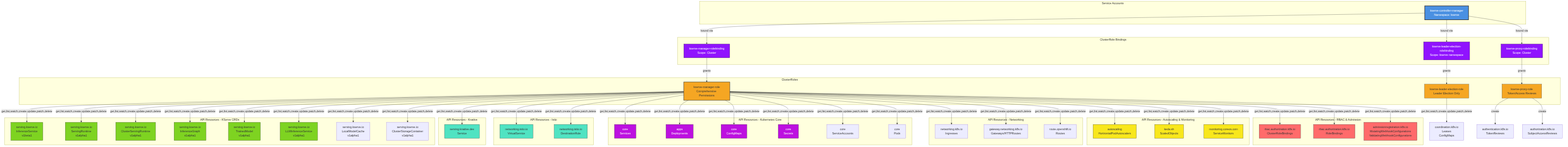
The Mermaid diagram architecture/rhoai-3.0/diagrams/kserve-rbac.png in rhuss/architecture-context, before a commit. Its source is kept beside it as architecture/rhoai-3.0/diagrams/kserve-rbac.mmd. Its diagram source:
```mermaid
graph TD
    subgraph "Service Accounts"
        SA_Manager[kserve-controller-manager<br/>Namespace: kserve]
    end

    subgraph "ClusterRole Bindings"
        CRB_Manager[kserve-manager-rolebinding<br/>Scope: Cluster]
        CRB_Leader[kserve-leader-election-rolebinding<br/>Scope: kserve namespace]
        CRB_Proxy[kserve-proxy-rolebinding<br/>Scope: Cluster]
    end

    subgraph "ClusterRoles"
        CR_Manager[kserve-manager-role<br/>Comprehensive Permissions]
        CR_Leader[kserve-leader-election-role<br/>Leader Election Only]
        CR_Proxy[kserve-proxy-role<br/>Token/Access Reviews]
    end

    subgraph "API Resources - KServe CRDs"
        direction TB
        CRD_InferenceService[serving.kserve.io<br/>InferenceService<br/>v1beta1]
        CRD_ServingRuntime[serving.kserve.io<br/>ServingRuntime<br/>v1alpha1]
        CRD_ClusterServingRuntime[serving.kserve.io<br/>ClusterServingRuntime<br/>v1alpha1]
        CRD_InferenceGraph[serving.kserve.io<br/>InferenceGraph<br/>v1alpha1]
        CRD_TrainedModel[serving.kserve.io<br/>TrainedModel<br/>v1alpha1]
        CRD_LLMInferenceService[serving.kserve.io<br/>LLMInferenceService<br/>v1alpha1]
        CRD_LocalModelCache[serving.kserve.io<br/>LocalModelCache<br/>v1alpha1]
        CRD_ClusterStorageContainer[serving.kserve.io<br/>ClusterStorageContainer<br/>v1alpha1]
    end

    subgraph "API Resources - Knative"
        CRD_KnativeService[serving.knative.dev<br/>Service]
    end

    subgraph "API Resources - Istio"
        CRD_VirtualService[networking.istio.io<br/>VirtualService]
        CRD_DestinationRule[networking.istio.io<br/>DestinationRule]
    end

    subgraph "API Resources - Kubernetes Core"
        Core_Services[core<br/>Services]
        Core_Deployments[apps<br/>Deployments]
        Core_ConfigMaps[core<br/>ConfigMaps]
        Core_Secrets[core<br/>Secrets]
        Core_ServiceAccounts[core<br/>ServiceAccounts]
        Core_Pods[core<br/>Pods]
    end

    subgraph "API Resources - Networking"
        Net_Ingresses[networking.k8s.io<br/>Ingresses]
        Net_Gateway[gateway.networking.k8s.io<br/>Gateways/HTTPRoutes]
        Net_Routes[route.openshift.io<br/>Routes]
    end

    subgraph "API Resources - Autoscaling & Monitoring"
        Autoscale_HPA[autoscaling<br/>HorizontalPodAutoscalers]
        KEDA_ScaledObject[keda.sh<br/>ScaledObjects]
        Monitor_ServiceMonitor[monitoring.coreos.com<br/>ServiceMonitors]
    end

    subgraph "API Resources - RBAC & Admission"
        RBAC_ClusterRoleBinding[rbac.authorization.k8s.io<br/>ClusterRoleBindings]
        RBAC_RoleBinding[rbac.authorization.k8s.io<br/>RoleBindings]
        Admission_Webhook[admissionregistration.k8s.io<br/>MutatingWebhookConfigurations<br/>ValidatingWebhookConfigurations]
    end

    SA_Manager -->|bound via| CRB_Manager
    SA_Manager -->|bound via| CRB_Leader
    SA_Manager -->|bound via| CRB_Proxy

    CRB_Manager -->|grants| CR_Manager
    CRB_Leader -->|grants| CR_Leader
    CRB_Proxy -->|grants| CR_Proxy

    CR_Manager -->|get,list,watch,create,update,patch,delete| CRD_InferenceService
    CR_Manager -->|get,list,watch,create,update,patch,delete| CRD_ServingRuntime
    CR_Manager -->|get,list,watch,create,update,patch,delete| CRD_ClusterServingRuntime
    CR_Manager -->|get,list,watch,create,update,patch,delete| CRD_InferenceGraph
    CR_Manager -->|get,list,watch,create,update,patch,delete| CRD_TrainedModel
    CR_Manager -->|get,list,watch,create,update,patch,delete| CRD_LLMInferenceService
    CR_Manager -->|get,list,watch,create,update,patch,delete| CRD_LocalModelCache
    CR_Manager -->|get,list,watch,create,update,patch,delete| CRD_ClusterStorageContainer

    CR_Manager -->|get,list,watch,create,update,patch,delete| CRD_KnativeService

    CR_Manager -->|get,list,watch,create,update,patch,delete| CRD_VirtualService
    CR_Manager -->|get,list,watch,create,update,patch,delete| CRD_DestinationRule

    CR_Manager -->|get,list,watch,create,update,patch,delete| Core_Services
    CR_Manager -->|get,list,watch,create,update,patch,delete| Core_Deployments
    CR_Manager -->|get,list,watch,create,update,patch,delete| Core_ConfigMaps
    CR_Manager -->|get,list,watch,create,update,patch,delete| Core_Secrets
    CR_Manager -->|get,list,watch,create,update,patch,delete| Core_ServiceAccounts
    CR_Manager -->|get,list,watch,create,update,patch,delete| Core_Pods

    CR_Manager -->|get,list,watch,create,update,patch,delete| Net_Ingresses
    CR_Manager -->|get,list,watch,create,update,patch,delete| Net_Gateway
    CR_Manager -->|get,list,watch,create,update,patch,delete| Net_Routes

    CR_Manager -->|get,list,watch,create,update,patch,delete| Autoscale_HPA
    CR_Manager -->|get,list,watch,create,update,patch,delete| KEDA_ScaledObject
    CR_Manager -->|get,list,watch,create,update,patch,delete| Monitor_ServiceMonitor

    CR_Manager -->|get,list,watch,create,update,patch,delete| RBAC_ClusterRoleBinding
    CR_Manager -->|get,list,watch,create,update,patch,delete| RBAC_RoleBinding
    CR_Manager -->|get,list,watch,create,update,patch,delete| Admission_Webhook

    CR_Leader -->|get,list,watch,create,update,patch,delete| LeaderElection[coordination.k8s.io<br/>Leases<br/>ConfigMaps]

    CR_Proxy -->|create| TokenReview[authentication.k8s.io<br/>TokenReviews]
    CR_Proxy -->|create| SubjectAccessReview[authorization.k8s.io<br/>SubjectAccessReviews]

    style SA_Manager fill:#4a90e2,stroke:#333,stroke-width:3px,color:#fff
    style CR_Manager fill:#f5a623,stroke:#333,stroke-width:2px
    style CR_Leader fill:#f5a623,stroke:#333
    style CR_Proxy fill:#f5a623,stroke:#333
    style CRB_Manager fill:#9013fe,stroke:#333,color:#fff
    style CRB_Leader fill:#9013fe,stroke:#333,color:#fff
    style CRB_Proxy fill:#9013fe,stroke:#333,color:#fff

    style CRD_InferenceService fill:#7ed321,stroke:#333
    style CRD_ServingRuntime fill:#7ed321,stroke:#333
    style CRD_ClusterServingRuntime fill:#7ed321,stroke:#333
    style CRD_InferenceGraph fill:#7ed321,stroke:#333
    style CRD_LLMInferenceService fill:#7ed321,stroke:#333
    style CRD_TrainedModel fill:#7ed321,stroke:#333

    style CRD_KnativeService fill:#50e3c2,stroke:#333
    style CRD_VirtualService fill:#50e3c2,stroke:#333
    style CRD_DestinationRule fill:#50e3c2,stroke:#333

    style Core_Services fill:#bd10e0,stroke:#333,color:#fff
    style Core_Deployments fill:#bd10e0,stroke:#333,color:#fff
    style Core_ConfigMaps fill:#bd10e0,stroke:#333,color:#fff
    style Core_Secrets fill:#bd10e0,stroke:#333,color:#fff

    style Autoscale_HPA fill:#f8e71c,stroke:#333
    style KEDA_ScaledObject fill:#f8e71c,stroke:#333
    style Monitor_ServiceMonitor fill:#f8e71c,stroke:#333

    style RBAC_ClusterRoleBinding fill:#ff6b6b,stroke:#333
    style RBAC_RoleBinding fill:#ff6b6b,stroke:#333
    style Admission_Webhook fill:#ff6b6b,stroke:#333
```
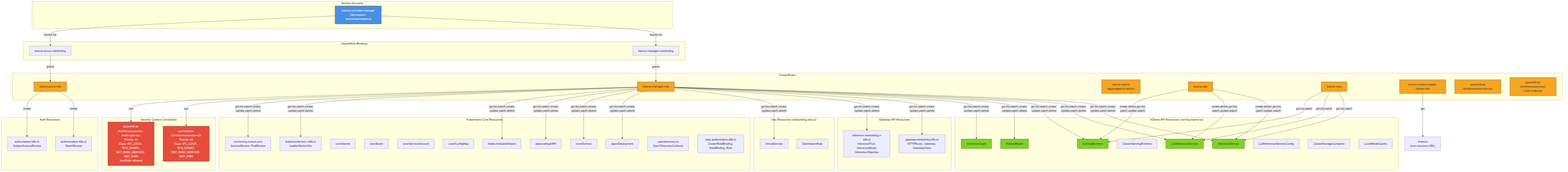
The same file after the commit.

The edit, as a diff of the source:
```diff
@@ -1,142 +1,120 @@
+
 graph TD
-    subgraph "Service Accounts"
-        SA_Manager[kserve-controller-manager<br/>Namespace: kserve]
+    subgraph ServiceAccounts["Service Accounts"]
+        SA_Controller["kserve-controller-manager<br/>Namespace: kserve/opendatahub"]
     end
 
-    subgraph "ClusterRole Bindings"
-        CRB_Manager[kserve-manager-rolebinding<br/>Scope: Cluster]
-        CRB_Leader[kserve-leader-election-rolebinding<br/>Scope: kserve namespace]
-        CRB_Proxy[kserve-proxy-rolebinding<br/>Scope: Cluster]
+    subgraph ClusterRoleBindings["ClusterRole Bindings"]
+        CRB_Manager["kserve-manager-rolebinding"]
+        CRB_Proxy["kserve-proxy-rolebinding"]
     end
 
-    subgraph "ClusterRoles"
-        CR_Manager[kserve-manager-role<br/>Comprehensive Permissions]
-        CR_Leader[kserve-leader-election-role<br/>Leader Election Only]
-        CR_Proxy[kserve-proxy-role<br/>Token/Access Reviews]
+    subgraph ClusterRoles["ClusterRoles"]
+        CR_Manager["kserve-manager-role"]
+        CR_Proxy["kserve-proxy-role"]
+        CR_Admin["kserve-admin<br/>(aggregated to admin)"]
+        CR_Edit["kserve-edit"]
+        CR_View["kserve-view"]
+        CR_Metrics["kserve-metrics-reader-cluster-role"]
+        CR_SCC["openshift-ai-llminferenceservice-scc"]
+        CR_SCC_MN["openshift-ai-llminferenceservice-<br/>multi-node-scc"]
     end
 
-    subgraph "API Resources - KServe CRDs"
-        direction TB
-        CRD_InferenceService[serving.kserve.io<br/>InferenceService<br/>v1beta1]
-        CRD_ServingRuntime[serving.kserve.io<br/>ServingRuntime<br/>v1alpha1]
-        CRD_ClusterServingRuntime[serving.kserve.io<br/>ClusterServingRuntime<br/>v1alpha1]
-        CRD_InferenceGraph[serving.kserve.io<br/>InferenceGraph<br/>v1alpha1]
-        CRD_TrainedModel[serving.kserve.io<br/>TrainedModel<br/>v1alpha1]
-        CRD_LLMInferenceService[serving.kserve.io<br/>LLMInferenceService<br/>v1alpha1]
-        CRD_LocalModelCache[serving.kserve.io<br/>LocalModelCache<br/>v1alpha1]
-        CRD_ClusterStorageContainer[serving.kserve.io<br/>ClusterStorageContainer<br/>v1alpha1]
+    subgraph KServeResources["KServe API Resources (serving.kserve.io)"]
+        ISVC["InferenceService"]
+        LLMISVC["LLMInferenceService"]
+        SR["ServingRuntime"]
+        CSR["ClusterServingRuntime"]
+        TM["TrainedModel"]
+        IG["InferenceGraph"]
+        LLMISVC_Config["LLMInferenceServiceConfig"]
+        CSC["ClusterStorageContainer"]
+        LMC["LocalModelCache"]
     end
 
-    subgraph "API Resources - Knative"
-        CRD_KnativeService[serving.knative.dev<br/>Service]
+    subgraph GatewayResources["Gateway API Resources"]
+        HTTPRoutes["gateway.networking.k8s.io<br/>HTTPRoute, Gateway, GatewayClass"]
+        InfPoolModel["inference.networking.x-k8s.io<br/>InferencePool, InferenceModel,<br/>InferenceObjective"]
     end
 
-    subgraph "API Resources - Istio"
-        CRD_VirtualService[networking.istio.io<br/>VirtualService]
-        CRD_DestinationRule[networking.istio.io<br/>DestinationRule]
+    subgraph IstioResources["Istio Resources (networking.istio.io)"]
+        VSvc["VirtualService"]
+        DR["DestinationRule"]
     end
 
-    subgraph "API Resources - Kubernetes Core"
-        Core_Services[core<br/>Services]
-        Core_Deployments[apps<br/>Deployments]
-        Core_ConfigMaps[core<br/>ConfigMaps]
-        Core_Secrets[core<br/>Secrets]
-        Core_ServiceAccounts[core<br/>ServiceAccounts]
-        Core_Pods[core<br/>Pods]
+    subgraph K8sResources["Kubernetes Core Resources"]
+        Deploy["apps/Deployment"]
+        Svc["core/Service"]
+        Secret["core/Secret"]
+        Event["core/Event"]
+        SvcAcct["core/ServiceAccount"]
+        CM["core/ConfigMap"]
+        HPA["autoscaling/HPA"]
+        ScaledObj["keda.sh/ScaledObject"]
+        LWSRes["leaderworkerset.x-k8s.io<br/>LeaderWorkerSet"]
+        SvcMon["monitoring.coreos.com<br/>ServiceMonitor, PodMonitor"]
+        OTelColl["opentelemetry.io<br/>OpenTelemetryCollector"]
+        RBACRes["rbac.authorization.k8s.io<br/>ClusterRoleBinding, RoleBinding, Role"]
     end
 
-    subgraph "API Resources - Networking"
-        Net_Ingresses[networking.k8s.io<br/>Ingresses]
-        Net_Gateway[gateway.networking.k8s.io<br/>Gateways/HTTPRoutes]
-        Net_Routes[route.openshift.io<br/>Routes]
+    subgraph AuthResources["Auth Resources"]
+        TokenReview["authentication.k8s.io<br/>TokenReview"]
+        SAR["authorization.k8s.io<br/>SubjectAccessReview"]
     end
 
-    subgraph "API Resources - Autoscaling & Monitoring"
-        Autoscale_HPA[autoscaling<br/>HorizontalPodAutoscalers]
-        KEDA_ScaledObject[keda.sh<br/>ScaledObjects]
-        Monitor_ServiceMonitor[monitoring.coreos.com<br/>ServiceMonitors]
+    subgraph SCCs["Security Context Constraints"]
+        SCC1["openshift-ai-llminferenceservice-scc<br/>Priority: 10<br/>Caps: IPC_LOCK, SYS_RAWIO,<br/>NET_BIND_SERVICE, NET_RAW"]
+        SCC2["openshift-ai-llminferenceservice-<br/>multi-node-scc<br/>Priority: 11<br/>Caps: IPC_LOCK, SYS_RAWIO,<br/>NET_BIND_SERVICE, NET_RAW<br/>hostPath: allowed"]
     end
 
-    subgraph "API Resources - RBAC & Admission"
-        RBAC_ClusterRoleBinding[rbac.authorization.k8s.io<br/>ClusterRoleBindings]
-        RBAC_RoleBinding[rbac.authorization.k8s.io<br/>RoleBindings]
-        Admission_Webhook[admissionregistration.k8s.io<br/>MutatingWebhookConfigurations<br/>ValidatingWebhookConfigurations]
-    end
-
-    SA_Manager -->|bound via| CRB_Manager
-    SA_Manager -->|bound via| CRB_Leader
-    SA_Manager -->|bound via| CRB_Proxy
+    SA_Controller -->|bound via| CRB_Manager
+    SA_Controller -->|bound via| CRB_Proxy
 
     CRB_Manager -->|grants| CR_Manager
-    CRB_Leader -->|grants| CR_Leader
     CRB_Proxy -->|grants| CR_Proxy
 
-    CR_Manager -->|get,list,watch,create,update,patch,delete| CRD_InferenceService
-    CR_Manager -->|get,list,watch,create,update,patch,delete| CRD_ServingRuntime
-    CR_Manager -->|get,list,watch,create,update,patch,delete| CRD_ClusterServingRuntime
-    CR_Manager -->|get,list,watch,create,update,patch,delete| CRD_InferenceGraph
-    CR_Manager -->|get,list,watch,create,update,patch,delete| CRD_TrainedModel
-    CR_Manager -->|get,list,watch,create,update,patch,delete| CRD_LLMInferenceService
-    CR_Manager -->|get,list,watch,create,update,patch,delete| CRD_LocalModelCache
-    CR_Manager -->|get,list,watch,create,update,patch,delete| CRD_ClusterStorageContainer
+    CR_Manager -->|"get,list,watch,create,<br/>update,patch,delete"| ISVC
+    CR_Manager -->|"get,list,watch,create,<br/>update,patch,delete"| LLMISVC
+    CR_Manager -->|"get,list,watch,create,<br/>update,patch,delete"| SR
+    CR_Manager -->|"get,list,watch,create,<br/>update,patch,delete"| TM
+    CR_Manager -->|"get,list,watch,create,<br/>update,patch,delete"| IG
+    CR_Manager -->|"get,list,watch,create,<br/>update,patch,delete"| HTTPRoutes
+    CR_Manager -->|"get,list,watch,create,<br/>update,patch,delete"| InfPoolModel
+    CR_Manager -->|"get,list,watch,create,<br/>update,patch,delete"| VSvc
+    CR_Manager -->|"get,list,watch,create,<br/>update,patch,delete"| Deploy
+    CR_Manager -->|"get,list,watch,create,<br/>update,patch,delete"| Svc
+    CR_Manager -->|"get,list,watch,create,<br/>update,patch,delete"| HPA
+    CR_Manager -->|"get,list,watch,create,<br/>update,patch,delete"| ScaledObj
+    CR_Manager -->|"get,list,watch,create,<br/>update,patch,delete"| LWSRes
+    CR_Manager -->|"get,list,watch,create,<br/>update,patch,delete"| SvcMon
+    CR_Manager -->|"use"| SCC1
+    CR_Manager -->|"use"| SCC2
 
-    CR_Manager -->|get,list,watch,create,update,patch,delete| CRD_KnativeService
+    CR_Proxy -->|create| TokenReview
+    CR_Proxy -->|create| SAR
 
-    CR_Manager -->|get,list,watch,create,update,patch,delete| CRD_VirtualService
-    CR_Manager -->|get,list,watch,create,update,patch,delete| CRD_DestinationRule
+    CR_Edit -->|"create,delete,get,list,<br/>patch,update,watch"| ISVC
+    CR_Edit -->|"create,delete,get,list,<br/>patch,update,watch"| LLMISVC
+    CR_Edit -->|"create,delete,get,list,<br/>patch,update,watch"| SR
+    CR_View -->|"get,list,watch"| ISVC
+    CR_View -->|"get,list,watch"| LLMISVC
+    CR_View -->|"get,list,watch"| SR
 
-    CR_Manager -->|get,list,watch,create,update,patch,delete| Core_Services
-    CR_Manager -->|get,list,watch,create,update,patch,delete| Core_Deployments
-    CR_Manager -->|get,list,watch,create,update,patch,delete| Core_ConfigMaps
-    CR_Manager -->|get,list,watch,create,update,patch,delete| Core_Secrets
-    CR_Manager -->|get,list,watch,create,update,patch,delete| Core_ServiceAccounts
-    CR_Manager -->|get,list,watch,create,update,patch,delete| Core_Pods
+    CR_Metrics -->|"get"| MetricsEndpoint["/metrics<br/>(non-resource URL)"]
 
-    CR_Manager -->|get,list,watch,create,update,patch,delete| Net_Ingresses
-    CR_Manager -->|get,list,watch,create,update,patch,delete| Net_Gateway
-    CR_Manager -->|get,list,watch,create,update,patch,delete| Net_Routes
-
-    CR_Manager -->|get,list,watch,create,update,patch,delete| Autoscale_HPA
-    CR_Manager -->|get,list,watch,create,update,patch,delete| KEDA_ScaledObject
-    CR_Manager -->|get,list,watch,create,update,patch,delete| Monitor_ServiceMonitor
-
-    CR_Manager -->|get,list,watch,create,update,patch,delete| RBAC_ClusterRoleBinding
-    CR_Manager -->|get,list,watch,create,update,patch,delete| RBAC_RoleBinding
-    CR_Manager -->|get,list,watch,create,update,patch,delete| Admission_Webhook
-
-    CR_Leader -->|get,list,watch,create,update,patch,delete| LeaderElection[coordination.k8s.io<br/>Leases<br/>ConfigMaps]
-
-    CR_Proxy -->|create| TokenReview[authentication.k8s.io<br/>TokenReviews]
-    CR_Proxy -->|create| SubjectAccessReview[authorization.k8s.io<br/>SubjectAccessReviews]
-
-    style SA_Manager fill:#4a90e2,stroke:#333,stroke-width:3px,color:#fff
-    style CR_Manager fill:#f5a623,stroke:#333,stroke-width:2px
-    style CR_Leader fill:#f5a623,stroke:#333
+    style SA_Controller fill:#4a90e2,stroke:#333,color:#fff
+    style CR_Manager fill:#f5a623,stroke:#333
     style CR_Proxy fill:#f5a623,stroke:#333
-    style CRB_Manager fill:#9013fe,stroke:#333,color:#fff
-    style CRB_Leader fill:#9013fe,stroke:#333,color:#fff
-    style CRB_Proxy fill:#9013fe,stroke:#333,color:#fff
-
-    style CRD_InferenceService fill:#7ed321,stroke:#333
-    style CRD_ServingRuntime fill:#7ed321,stroke:#333
-    style CRD_ClusterServingRuntime fill:#7ed321,stroke:#333
-    style CRD_InferenceGraph fill:#7ed321,stroke:#333
-    style CRD_LLMInferenceService fill:#7ed321,stroke:#333
-    style CRD_TrainedModel fill:#7ed321,stroke:#333
-
-    style CRD_KnativeService fill:#50e3c2,stroke:#333
-    style CRD_VirtualService fill:#50e3c2,stroke:#333
-    style CRD_DestinationRule fill:#50e3c2,stroke:#333
-
-    style Core_Services fill:#bd10e0,stroke:#333,color:#fff
-    style Core_Deployments fill:#bd10e0,stroke:#333,color:#fff
-    style Core_ConfigMaps fill:#bd10e0,stroke:#333,color:#fff
-    style Core_Secrets fill:#bd10e0,stroke:#333,color:#fff
-
-    style Autoscale_HPA fill:#f8e71c,stroke:#333
-    style KEDA_ScaledObject fill:#f8e71c,stroke:#333
-    style Monitor_ServiceMonitor fill:#f8e71c,stroke:#333
-
-    style RBAC_ClusterRoleBinding fill:#ff6b6b,stroke:#333
-    style RBAC_RoleBinding fill:#ff6b6b,stroke:#333
-    style Admission_Webhook fill:#ff6b6b,stroke:#333
+    style CR_Admin fill:#f5a623,stroke:#333
+    style CR_Edit fill:#f5a623,stroke:#333
+    style CR_View fill:#f5a623,stroke:#333
+    style CR_Metrics fill:#f5a623,stroke:#333
+    style CR_SCC fill:#f5a623,stroke:#333
+    style CR_SCC_MN fill:#f5a623,stroke:#333
+    style ISVC fill:#7ed321,stroke:#333
+    style LLMISVC fill:#7ed321,stroke:#333
+    style SR fill:#7ed321,stroke:#333
+    style TM fill:#7ed321,stroke:#333
+    style IG fill:#7ed321,stroke:#333
+    style SCC1 fill:#e74c3c,stroke:#333,color:#fff
+    style SCC2 fill:#e74c3c,stroke:#333,color:#fff
```
